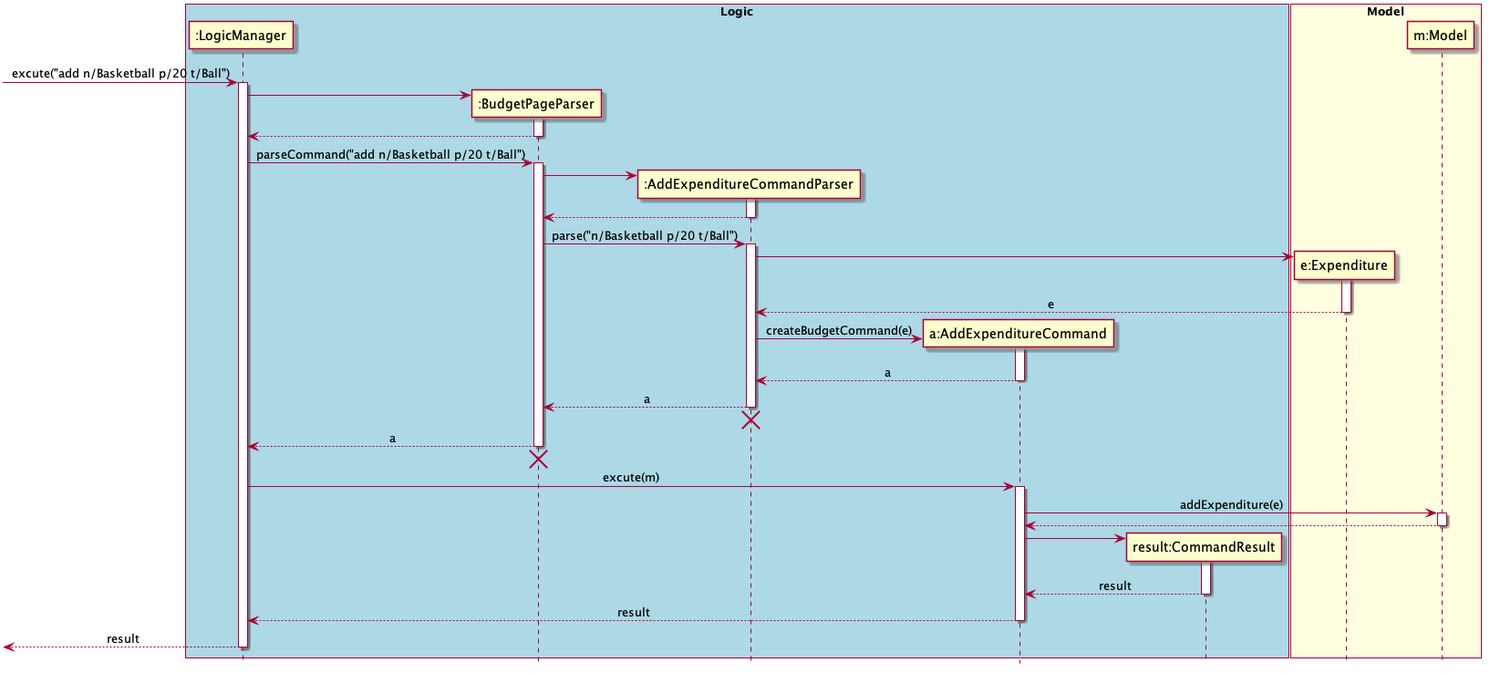
Above: docs/diagrams/commandsPlantUML/diagram/AddExpenditureCommand.png in yu-ming-chen/tp (PlantUML), before the change. Source of this version:
```plantuml
@startuml
skinparam Sequence {
    MessageAlign center
}
hide footbox
box "Logic" #LightBlue
participant ":LogicManager" as LM
participant ":BudgetPageParser" as BPP
participant ":AddExpenditureCommandParser" as AECP
participant "a:AddExpenditureCommand" as AEC
participant "result:CommandResult" as CR
end box

box "Model" #LightYellow
participant "e:Expenditure" as Expenditure
participant "m:Model" as M
end box

[-> LM : excute("add n/Basketball p/20 t/Ball")
activate LM
create BPP
LM -> BPP
activate BPP
LM <-- BPP

deactivate BPP
LM -> BPP : parseCommand("add n/Basketball p/20 t/Ball")
activate BPP

create AECP
BPP -> AECP
activate AECP
BPP <-- AECP
deactivate AECP
BPP -> AECP : parse("n/Basketball p/20 t/Ball")
activate AECP

create Expenditure
AECP -> Expenditure
activate Expenditure
AECP <-- Expenditure : e
deactivate Expenditure

create AEC
AECP -> AEC : createBudgetCommand(e)
activate AEC
AECP <-- AEC : a
deactivate AEC
BPP <-- AECP : a
deactivate AECP
BPP <-[hidden]- AECP
destroy AECP

deactivate AECP
LM <-- BPP : a
deactivate BPP
LM <-[hidden]- BPP
destroy BPP

LM -> AEC: excute(m)

activate AEC
AEC -> M : addExpenditure(e)
activate M
AEC <-- M
deactivate M

create CR
AEC -> CR
activate CR
AEC <-- CR : result
deactivate CR

LM <-- AEC: result
deactivate AEC
[<-- LM : result
deactivate LM

@enduml
```
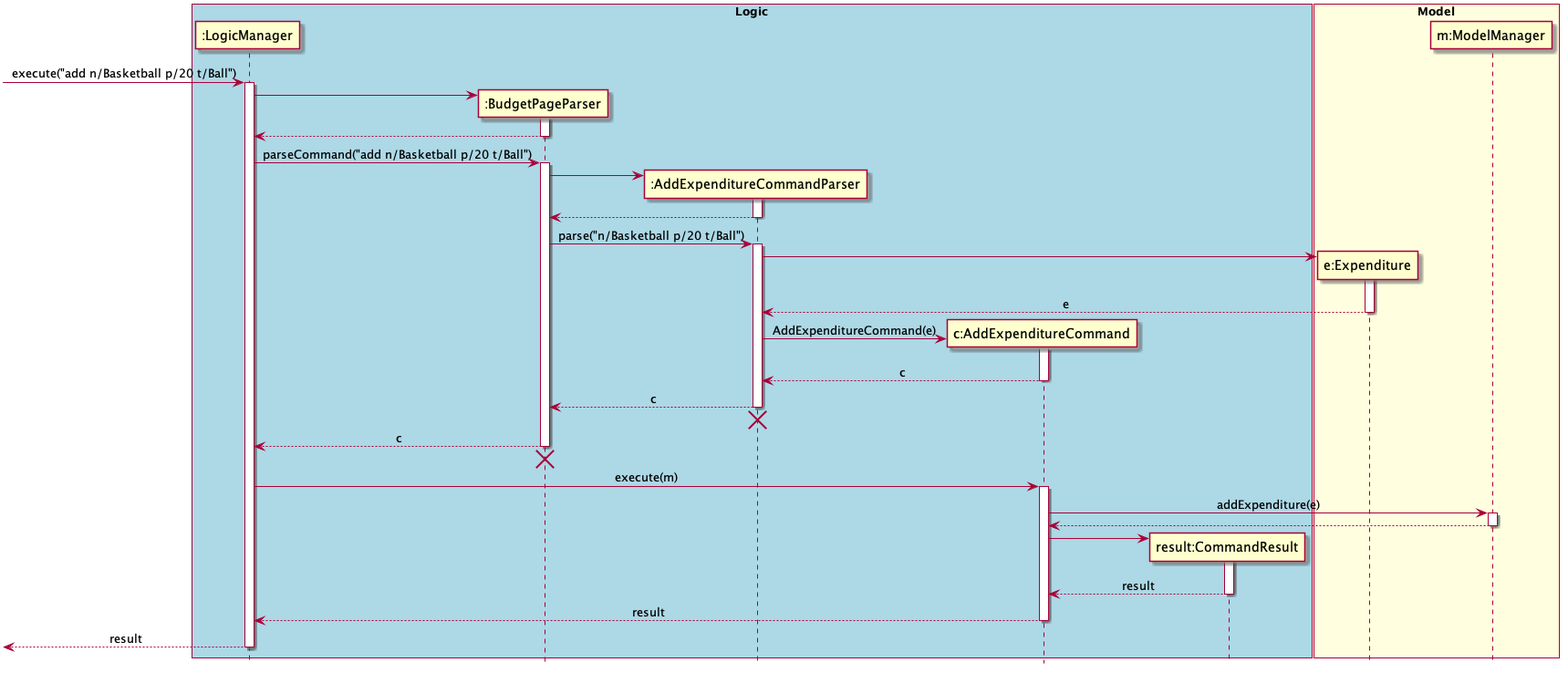
The same file after the commit.

Change to the diagram source:
```diff
@@ -7,16 +7,16 @@
 participant ":LogicManager" as LM
 participant ":BudgetPageParser" as BPP
 participant ":AddExpenditureCommandParser" as AECP
-participant "a:AddExpenditureCommand" as AEC
+participant "c:AddExpenditureCommand" as AEC
 participant "result:CommandResult" as CR
 end box
 
 box "Model" #LightYellow
 participant "e:Expenditure" as Expenditure
-participant "m:Model" as M
+participant "m:ModelManager" as M
 end box
 
-[-> LM : excute("add n/Basketball p/20 t/Ball")
+[-> LM : execute("add n/Basketball p/20 t/Ball")
 activate LM
 create BPP
 LM -> BPP
@@ -42,22 +42,22 @@
 deactivate Expenditure
 
 create AEC
-AECP -> AEC : createBudgetCommand(e)
+AECP -> AEC : AddExpenditureCommand(e)
 activate AEC
-AECP <-- AEC : a
+AECP <-- AEC : c
 deactivate AEC
-BPP <-- AECP : a
+BPP <-- AECP : c
 deactivate AECP
 BPP <-[hidden]- AECP
 destroy AECP
 
 deactivate AECP
-LM <-- BPP : a
+LM <-- BPP : c
 deactivate BPP
 LM <-[hidden]- BPP
 destroy BPP
 
-LM -> AEC: excute(m)
+LM -> AEC: execute(m)
 
 activate AEC
 AEC -> M : addExpenditure(e)
```
